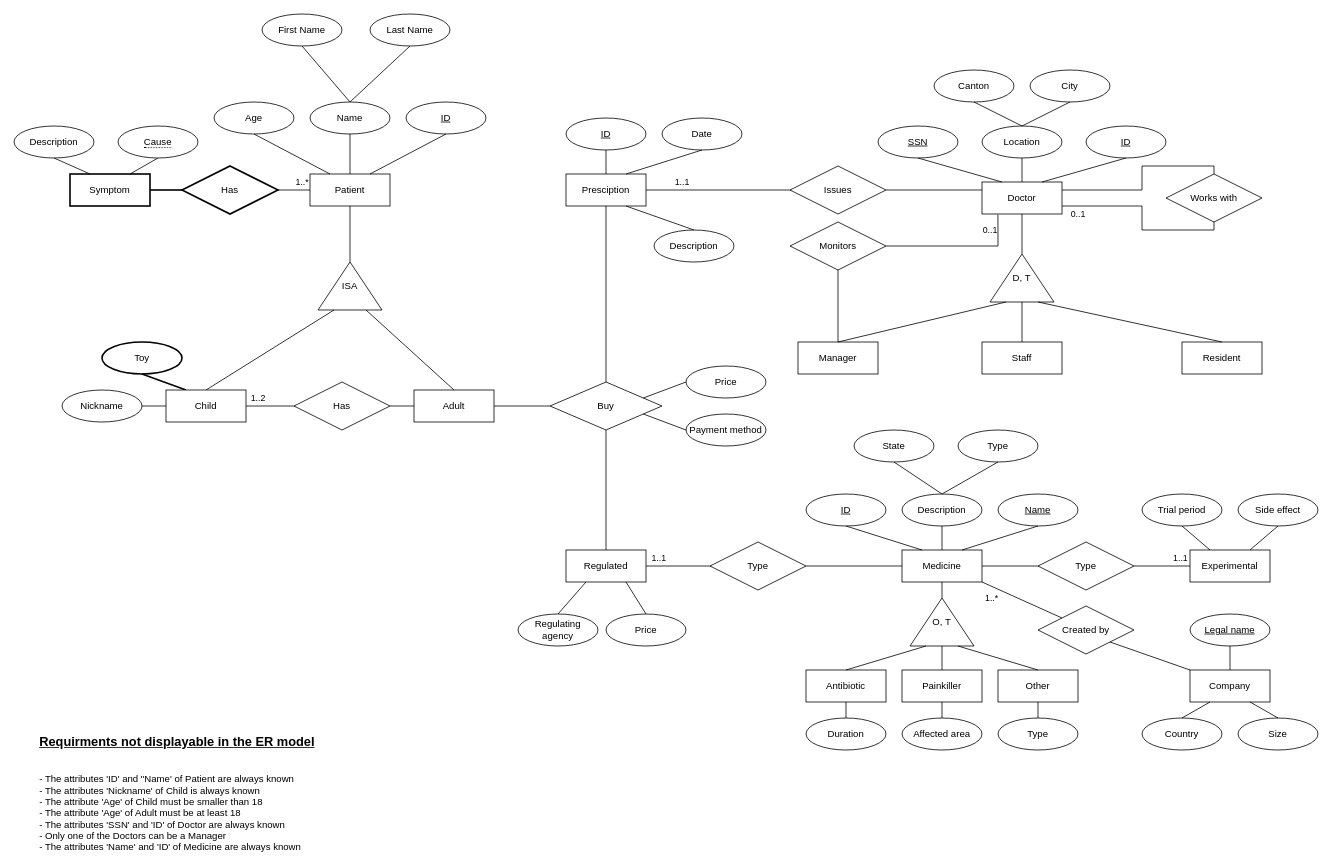
Before: Untitled Diagram.drawio in karma-riuk/DM_Assignments, a draw.io diagram. Source tidied: cells renumbered, new cells numbered last; positions are measured from the earlier drawing's top-left corner, leaving out a move shared by most shapes. Both pictures are drawn from the tidied source at 80%, with x=0, y=0 at pixel (14, 14).
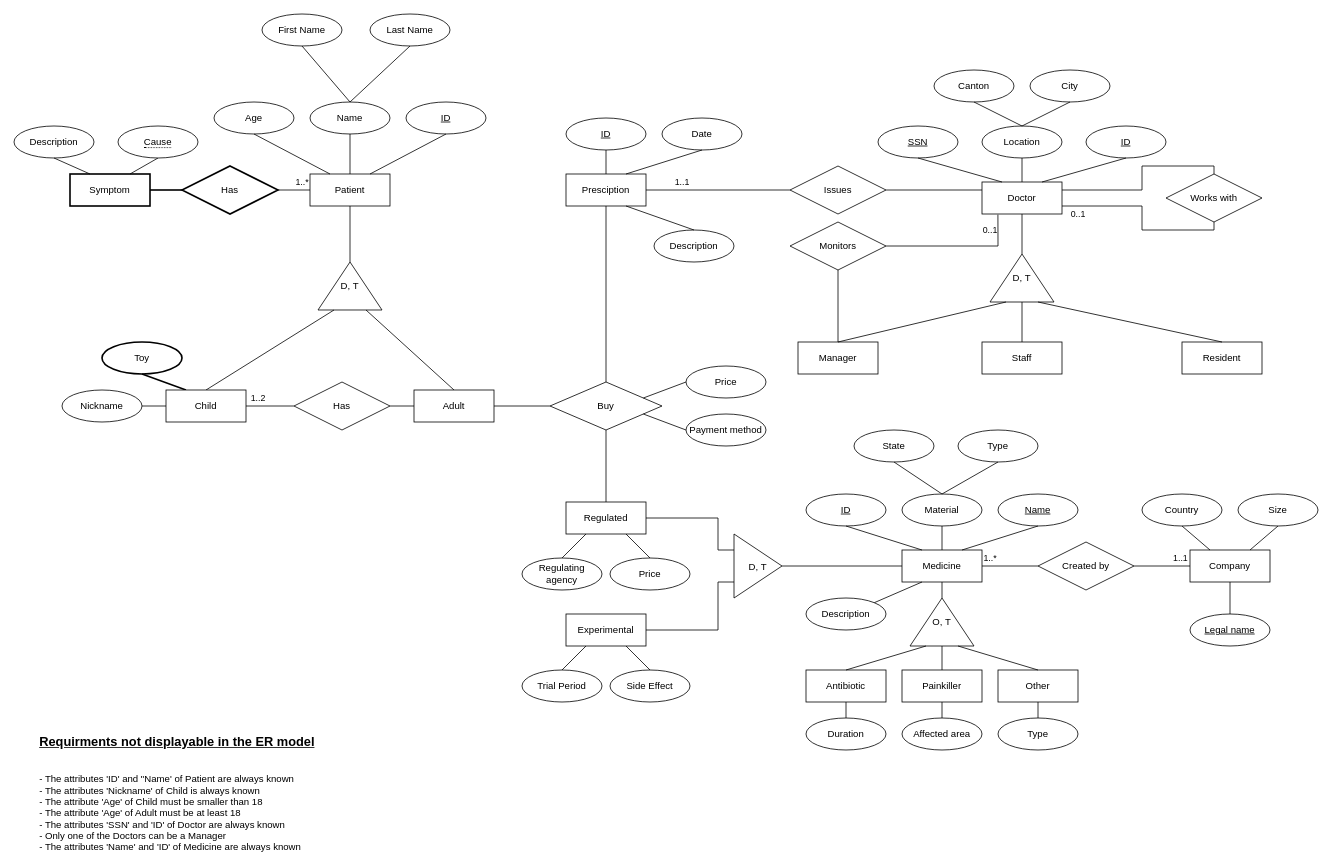
The same page after the edit.

Commit message:
Final version? (it never is, oskur)

Unchanged cells that the change refers to:
```xml
<mxCell id="74" value="Medicine" style="whiteSpace=wrap;html=1;align=center;" parent="1" vertex="1">
  <mxGeometry x="1110" y="670" width="100" height="40" as="geometry" />
</mxCell>
<mxCell id="126" value="Legal name" style="ellipse;whiteSpace=wrap;html=1;align=center;fontStyle=4;" parent="1" vertex="1">
  <mxGeometry x="1470" y="750" width="100" height="40" as="geometry" />
</mxCell>
```

What changed in the source:
```diff
@@
-    <mxCell id="12" value="ISA" style="triangle;whiteSpace=wrap;rotation=0;horizontal=1;direction=north;flipV=0;flipH=0;verticalAlign=middle;html=1;labelPosition=center;verticalLabelPosition=middle;align=center;" parent="1" vertex="1">
+    <mxCell id="12" value="D, T" style="triangle;whiteSpace=wrap;rotation=0;horizontal=1;direction=north;flipV=0;flipH=0;verticalAlign=middle;html=1;labelPosition=center;verticalLabelPosition=middle;align=center;" parent="1" vertex="1">
       <mxGeometry x="380" y="310" width="80" height="60" as="geometry" />
     </mxCell>
@@
+    <mxCell id="136" style="edgeStyle=orthogonalEdgeStyle;rounded=0;jettySize=auto;html=1;entryX=1;entryY=0.5;entryDx=0;entryDy=0;fontSize=12;endArrow=none;endFill=0;" parent="1" edge="1" source="74" target="141">
+      <mxGeometry relative="1" as="geometry" />
+    </mxCell>
@@
-    <mxCell id="75" value="Description" style="ellipse;whiteSpace=wrap;html=1;align=center;" parent="1" vertex="1">
+    <mxCell id="75" value="Material" style="ellipse;whiteSpace=wrap;html=1;align=center;" parent="1" vertex="1">
       <mxGeometry x="1110" y="600" width="100" height="40" as="geometry" />
     </mxCell>
@@
-    <mxCell id="99" value="Type" style="shape=rhombus;perimeter=rhombusPerimeter;whiteSpace=wrap;html=1;align=center;" parent="1" vertex="1">
+    <mxCell id="99" value="Created by" style="shape=rhombus;perimeter=rhombusPerimeter;whiteSpace=wrap;html=1;align=center;" parent="1" vertex="1">
       <mxGeometry x="1280" y="660" width="120" height="60" as="geometry" />
     </mxCell>
-    <mxCell id="100" value="Experimental" style="whiteSpace=wrap;html=1;align=center;" parent="1" vertex="1">
+    <mxCell id="100" value="Company" style="whiteSpace=wrap;html=1;align=center;" parent="1" vertex="1">
       <mxGeometry x="1470" y="670" width="100" height="40" as="geometry" />
     </mxCell>
@@
-    <mxCell id="102" style="endArrow=none;html=1;rounded=0;entryX=0;entryY=0.5;entryDx=0;entryDy=0;exitX=1;exitY=0.5;exitDx=0;exitDy=0;" parent="1" edge="1" source="74" target="99">
-      <mxGeometry relative="1" as="geometry" />
+    <mxCell id="102" value="1..*" style="endArrow=none;html=1;rounded=0;entryX=0;entryY=0.5;entryDx=0;entryDy=0;exitX=1;exitY=0.5;exitDx=0;exitDy=0;" parent="1" edge="1" source="74" target="99">
+      <mxGeometry x="-0.71" y="10" relative="1" as="geometry" />
     </mxCell>
-    <mxCell id="103" value="Trial period" style="ellipse;whiteSpace=wrap;html=1;align=center;" parent="1" vertex="1">
+    <mxCell id="103" value="Country" style="ellipse;whiteSpace=wrap;html=1;align=center;" parent="1" vertex="1">
       <mxGeometry x="1410" y="600" width="100" height="40" as="geometry" />
     </mxCell>
-    <mxCell id="104" value="Side effect" style="ellipse;whiteSpace=wrap;html=1;align=center;" parent="1" vertex="1">
+    <mxCell id="104" value="Size" style="ellipse;whiteSpace=wrap;html=1;align=center;" parent="1" vertex="1">
       <mxGeometry x="1530" y="600" width="100" height="40" as="geometry" />
     </mxCell>
@@
-    <mxCell id="107" value="Type" style="shape=rhombus;perimeter=rhombusPerimeter;whiteSpace=wrap;html=1;align=center;" parent="1" vertex="1">
-      <mxGeometry x="870" y="660" width="120" height="60" as="geometry" />
-    </mxCell>
+    <mxCell id="137" style="edgeStyle=orthogonalEdgeStyle;rounded=0;jettySize=auto;html=1;entryX=0;entryY=0.25;entryDx=0;entryDy=0;fontSize=12;endArrow=none;endFill=0;" parent="1" edge="1" source="108" target="141">
+      <mxGeometry relative="1" as="geometry">
+        <Array as="points">
+          <mxPoint x="880" y="630" />
+          <mxPoint x="880" y="670" />
+        </Array>
+      </mxGeometry>
+    </mxCell>
     <mxCell id="108" value="Regulated" style="whiteSpace=wrap;html=1;align=center;" parent="1" vertex="1">
-      <mxGeometry x="690" y="670" width="100" height="40" as="geometry" />
+      <mxGeometry x="690" y="610" width="100" height="40" as="geometry" />
     </mxCell>
-    <mxCell id="109" value="1..1" style="endArrow=none;html=1;rounded=0;exitX=1;exitY=0.5;exitDx=0;exitDy=0;entryX=0;entryY=0.5;entryDx=0;entryDy=0;" parent="1" edge="1" source="108" target="107">
-      <mxGeometry x="-0.6" y="10" relative="1" as="geometry" />
-    </mxCell>
-    <mxCell id="110" style="endArrow=none;html=1;rounded=0;exitX=1;exitY=0.5;exitDx=0;exitDy=0;entryX=0;entryY=0.5;entryDx=0;entryDy=0;" parent="1" edge="1" source="107" target="74">
-      <mxGeometry relative="1" as="geometry" />
-    </mxCell>
     <mxCell id="111" value="Price" style="ellipse;whiteSpace=wrap;html=1;align=center;" parent="1" vertex="1">
-      <mxGeometry x="740" y="750" width="100" height="40" as="geometry" />
+      <mxGeometry x="745" y="680" width="100" height="40" as="geometry" />
     </mxCell>
     <mxCell id="112" value="Regulating agency" style="ellipse;whiteSpace=wrap;html=1;align=center;" parent="1" vertex="1">
-      <mxGeometry x="630" y="750" width="100" height="40" as="geometry" />
+      <mxGeometry x="635" y="680" width="100" height="40" as="geometry" />
     </mxCell>
@@
-    <mxCell id="124" value="Company" style="whiteSpace=wrap;html=1;align=center;" parent="1" vertex="1">
-      <mxGeometry x="1470" y="820" width="100" height="40" as="geometry" />
-    </mxCell>
-    <mxCell id="125" value="Size" style="ellipse;whiteSpace=wrap;html=1;align=center;" parent="1" vertex="1">
-      <mxGeometry x="1530" y="880" width="100" height="40" as="geometry" />
-    </mxCell>
+    <mxCell id="138" style="edgeStyle=orthogonalEdgeStyle;rounded=0;jettySize=auto;html=1;entryX=0.5;entryY=1;entryDx=0;entryDy=0;fontSize=16;endArrow=none;endFill=0;" parent="1" edge="1" source="126" target="100">
+      <mxGeometry relative="1" as="geometry" />
+    </mxCell>
@@
-    <mxCell id="127" value="Country" style="ellipse;whiteSpace=wrap;html=1;align=center;" parent="1" vertex="1">
-      <mxGeometry x="1410" y="880" width="100" height="40" as="geometry" />
-    </mxCell>
-    <mxCell id="128" style="endArrow=none;html=1;rounded=0;entryX=0.25;entryY=1;entryDx=0;entryDy=0;exitX=0.5;exitY=0;exitDx=0;exitDy=0;" parent="1" edge="1" source="127" target="124">
-      <mxGeometry relative="1" as="geometry" />
-    </mxCell>
-    <mxCell id="129" style="endArrow=none;html=1;rounded=0;entryX=0.5;entryY=1;entryDx=0;entryDy=0;exitX=0.5;exitY=0;exitDx=0;exitDy=0;" parent="1" edge="1" source="124" target="126">
-      <mxGeometry relative="1" as="geometry" />
-    </mxCell>
-    <mxCell id="130" style="endArrow=none;html=1;rounded=0;entryX=0.5;entryY=0;entryDx=0;entryDy=0;exitX=0.75;exitY=1;exitDx=0;exitDy=0;" parent="1" edge="1" source="124" target="125">
-      <mxGeometry relative="1" as="geometry" />
-    </mxCell>
-    <mxCell id="131" value="Created by" style="shape=rhombus;perimeter=rhombusPerimeter;whiteSpace=wrap;html=1;align=center;" parent="1" vertex="1">
-      <mxGeometry x="1280" y="740" width="120" height="60" as="geometry" />
-    </mxCell>
-    <mxCell id="132" value="1..*" style="endArrow=none;html=1;rounded=0;entryX=0;entryY=0;entryDx=0;entryDy=0;exitX=1;exitY=1;exitDx=0;exitDy=0;" parent="1" edge="1" source="74" target="131">
-      <mxGeometry x="-0.66" y="-13" relative="1" as="geometry" />
-    </mxCell>
-    <mxCell id="133" style="endArrow=none;html=1;rounded=0;entryX=0;entryY=0;entryDx=0;entryDy=0;exitX=1;exitY=1;exitDx=0;exitDy=0;" parent="1" edge="1" source="131" target="124">
-      <mxGeometry relative="1" as="geometry" />
-    </mxCell>
@@
+    <mxCell id="139" value="Description" style="ellipse;whiteSpace=wrap;html=1;align=center;" parent="1" vertex="1">
+      <mxGeometry x="990" y="730" width="100" height="40" as="geometry" />
+    </mxCell>
+    <mxCell id="140" style="endArrow=none;html=1;rounded=0;fontSize=16;entryX=1;entryY=0;entryDx=0;entryDy=0;exitX=0.25;exitY=1;exitDx=0;exitDy=0;" parent="1" edge="1" source="74" target="139">
+      <mxGeometry relative="1" as="geometry" />
+    </mxCell>
+    <mxCell id="141" value="&lt;font style=&quot;font-size: 12px&quot;&gt;D, T&lt;/font&gt;" style="triangle;whiteSpace=wrap;html=1;fontSize=16;" parent="1" vertex="1">
+      <mxGeometry x="900" y="650" width="60" height="80" as="geometry" />
+    </mxCell>
+    <mxCell id="142" style="edgeStyle=orthogonalEdgeStyle;rounded=0;jettySize=auto;html=1;entryX=0;entryY=0.75;entryDx=0;entryDy=0;fontSize=12;endArrow=none;endFill=0;" parent="1" edge="1" source="143" target="141">
+      <mxGeometry relative="1" as="geometry">
+        <Array as="points">
+          <mxPoint x="880" y="770" />
+          <mxPoint x="880" y="710" />
+        </Array>
+      </mxGeometry>
+    </mxCell>
+    <mxCell id="143" value="Experimental" style="whiteSpace=wrap;html=1;align=center;" parent="1" vertex="1">
+      <mxGeometry x="690" y="750" width="100" height="40" as="geometry" />
+    </mxCell>
+    <mxCell id="144" value="Side Effect" style="ellipse;whiteSpace=wrap;html=1;align=center;" parent="1" vertex="1">
+      <mxGeometry x="745" y="820" width="100" height="40" as="geometry" />
+    </mxCell>
+    <mxCell id="145" value="Trial Period" style="ellipse;whiteSpace=wrap;html=1;align=center;" parent="1" vertex="1">
+      <mxGeometry x="635" y="820" width="100" height="40" as="geometry" />
+    </mxCell>
+    <mxCell id="146" style="endArrow=none;html=1;rounded=0;entryX=0.5;entryY=0;entryDx=0;entryDy=0;exitX=0.75;exitY=1;exitDx=0;exitDy=0;" parent="1" edge="1" source="143" target="144">
+      <mxGeometry relative="1" as="geometry" />
+    </mxCell>
+    <mxCell id="147" style="endArrow=none;html=1;rounded=0;entryX=0.5;entryY=0;entryDx=0;entryDy=0;exitX=0.25;exitY=1;exitDx=0;exitDy=0;" parent="1" edge="1" source="143" target="145">
+      <mxGeometry relative="1" as="geometry" />
+    </mxCell>
```
